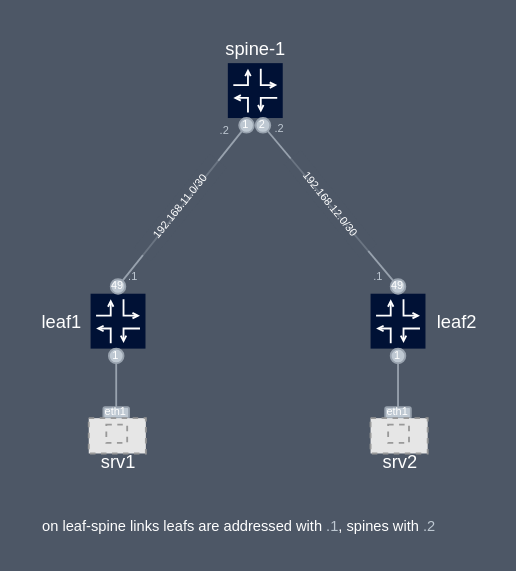
srl-labs/learn-srlinux keeps this draw.io diagram as page "[2] fabric ip" (3 of 10) of quickstart.drawio. Above is the earlier version. Source tidied: cells renumbered, new cells numbered last; positions are measured from the earlier drawing's top-left corner, leaving out a move shared by most shapes. Both pictures are drawn from the tidied source at 183%, with x=0, y=0 at pixel (31, 31). Pictures stored in the file or linked from it are replaced by grey dashed boxes.
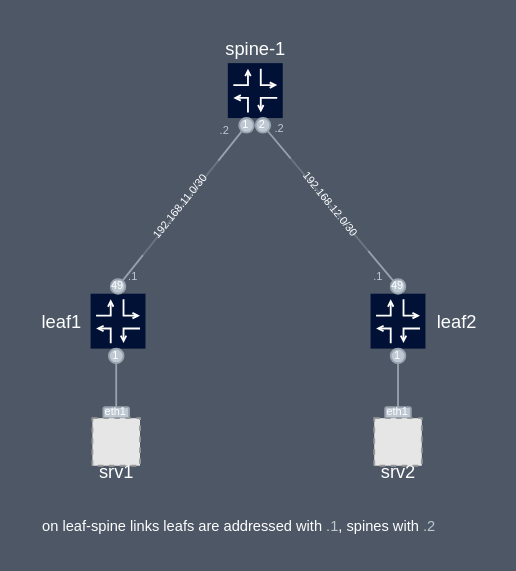
The same diagram, later.

Diff of the diagram source:
```diff
@@
     <mxCell id="35" value="&lt;font style=&quot;font-size: 10px&quot;&gt;srv2&lt;/font&gt;" style="text;html=1;align=center;verticalAlign=middle;fontSize=10;fontFamily=Manrope;fontStyle=0;fontColor=#FFFFFF;" parent="1" vertex="1">
-      <mxGeometry x="185.6" y="227" width="30" height="16" as="geometry" />
+      <mxGeometry x="185" y="232" width="30" height="16" as="geometry" />
     </mxCell>
@@
     <mxCell id="37" value="&lt;font style=&quot;font-size: 10px&quot;&gt;srv1&lt;/font&gt;" style="text;html=1;align=center;verticalAlign=middle;fontSize=10;fontFamily=Manrope;fontStyle=0;fontColor=#FFFFFF;" parent="1" vertex="1">
-      <mxGeometry x="32.5" y="227" width="28" height="16" as="geometry" />
+      <mxGeometry x="32" y="232" width="28" height="16" as="geometry" />
     </mxCell>
@@
-    <mxCell id="40" style="group;" parent="1" vertex="1">
-      <mxGeometry x="31" y="211" width="31.2" height="19.3" as="geometry" />
-    </mxCell>
-    <mxCell id="41" style="rounded=1;whiteSpace=wrap;html=1;strokeColor=none;arcSize=2;" parent="40" vertex="1">
-      <mxGeometry x="3" y="1" width="24.5" height="15" as="geometry" />
-    </mxCell>
-    <mxCell id="42" style="fillColor=#E6E6E6;strokeColor=#999999;dashed=1;verticalLabelPosition=bottom;labelBackgroundColor=#ffffff;verticalAlign=top;" parent="40" vertex="1">
-      <mxGeometry width="31.2" height="19.3" as="geometry" />
-    </mxCell>
-    <mxCell id="43" style="fillColor=#E6E6E6;strokeColor=#999999;dashed=1;verticalLabelPosition=bottom;labelBackgroundColor=#ffffff;verticalAlign=top;fontColor=#001135;" parent="40" vertex="1">
-      <mxGeometry x="9.6" y="3.5" width="11.4" height="10" as="geometry" />
-    </mxCell>
-    <mxCell id="44" style="group;" parent="1" vertex="1">
-      <mxGeometry x="185" y="211" width="31.2" height="19.3" as="geometry" />
-    </mxCell>
-    <mxCell id="45" style="rounded=1;whiteSpace=wrap;html=1;strokeColor=none;arcSize=2;" parent="44" vertex="1">
-      <mxGeometry x="3" y="1" width="24.5" height="15" as="geometry" />
-    </mxCell>
-    <mxCell id="46" style="fillColor=#E6E6E6;strokeColor=#999999;dashed=1;verticalLabelPosition=bottom;labelBackgroundColor=#ffffff;verticalAlign=top;" parent="44" vertex="1">
-      <mxGeometry width="31.2" height="19.3" as="geometry" />
-    </mxCell>
-    <mxCell id="47" style="fillColor=#E6E6E6;strokeColor=#999999;dashed=1;verticalLabelPosition=bottom;labelBackgroundColor=#ffffff;verticalAlign=top;fontColor=#001135;" parent="44" vertex="1">
-      <mxGeometry x="9.6" y="3.5" width="11.4" height="10" as="geometry" />
-    </mxCell>
@@
+    <mxCell id="52" style="fillColor=#E6E6E6;strokeColor=#999999;dashed=1;verticalLabelPosition=bottom;labelBackgroundColor=#ffffff;verticalAlign=top;" parent="1" vertex="1">
+      <mxGeometry x="33" y="211" width="26" height="26" as="geometry" />
+    </mxCell>
+    <mxCell id="53" style="fillColor=#E6E6E6;strokeColor=#999999;dashed=1;verticalLabelPosition=bottom;labelBackgroundColor=#ffffff;verticalAlign=top;" parent="1" vertex="1">
+      <mxGeometry x="187" y="211" width="26" height="26" as="geometry" />
+    </mxCell>
```
